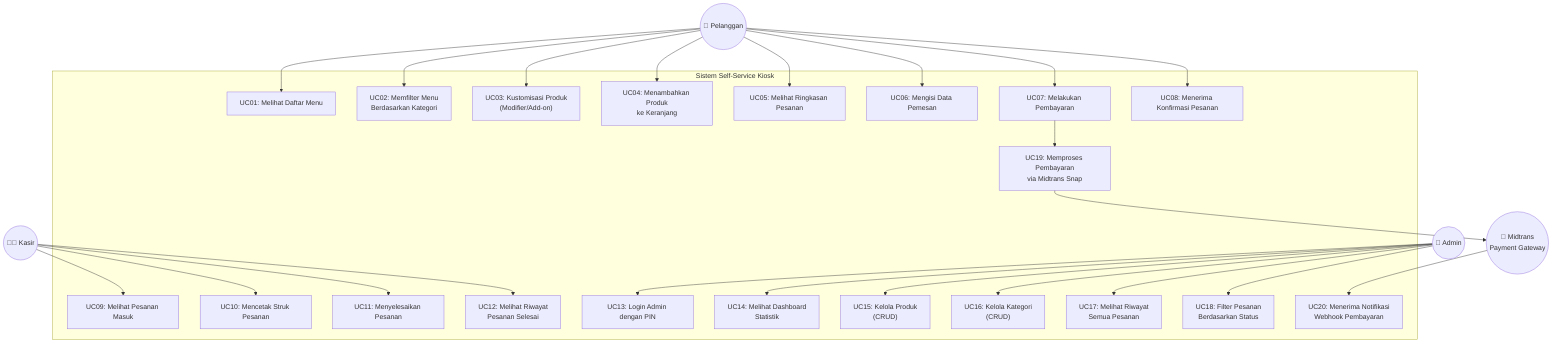
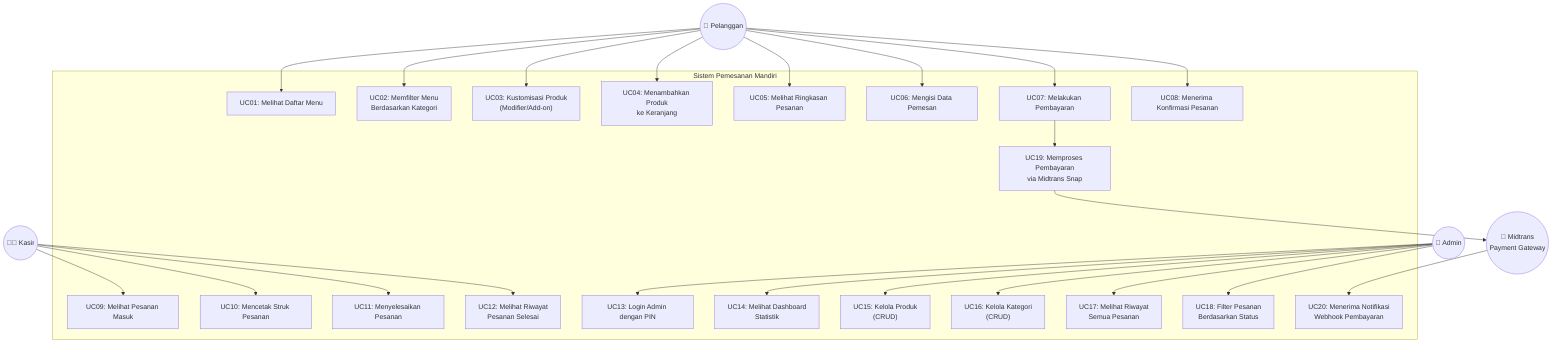
graph TB
-     subgraph "Sistem Self-Service Kiosk"
+     subgraph "Sistem Pemesanan Mandiri"
        UC1["UC01: Melihat Daftar Menu"]
        UC2["UC02: Memfilter Menu\nBerdasarkan Kategori"]
        UC3["UC03: Kustomisasi Produk\n(Modifier/Add-on)"]
        UC4["UC04: Menambahkan Produk\nke Keranjang"]
        UC5["UC05: Melihat Ringkasan Pesanan"]
        UC6["UC06: Mengisi Data Pemesan"]
        UC7["UC07: Melakukan Pembayaran"]
        UC8["UC08: Menerima Konfirmasi Pesanan"]

        UC9["UC09: Melihat Pesanan Masuk"]
        UC10["UC10: Mencetak Struk Pesanan"]
        UC11["UC11: Menyelesaikan Pesanan"]
        UC12["UC12: Melihat Riwayat\nPesanan Selesai"]

        UC13["UC13: Login Admin dengan PIN"]
        UC14["UC14: Melihat Dashboard\nStatistik"]
        UC15["UC15: Kelola Produk\n(CRUD)"]
        UC16["UC16: Kelola Kategori\n(CRUD)"]
        UC17["UC17: Melihat Riwayat\nSemua Pesanan"]
        UC18["UC18: Filter Pesanan\nBerdasarkan Status"]

        UC19["UC19: Memproses Pembayaran\nvia Midtrans Snap"]
        UC20["UC20: Menerima Notifikasi\nWebhook Pembayaran"]
    end

    Customer(("🧑 Pelanggan"))
    Cashier(("👨‍💼 Kasir"))
    Admin(("🔑 Admin"))
    Midtrans(("🏦 Midtrans\nPayment Gateway"))

    Customer --> UC1
    Customer --> UC2
    Customer --> UC3
    Customer --> UC4
    Customer --> UC5
    Customer --> UC6
    Customer --> UC7
    Customer --> UC8

    Cashier --> UC9
    Cashier --> UC10
    Cashier --> UC11
    Cashier --> UC12

    Admin --> UC13
    Admin --> UC14
    Admin --> UC15
    Admin --> UC16
    Admin --> UC17
    Admin --> UC18

    UC7 --> UC19
    UC19 --> Midtrans
    Midtrans --> UC20
